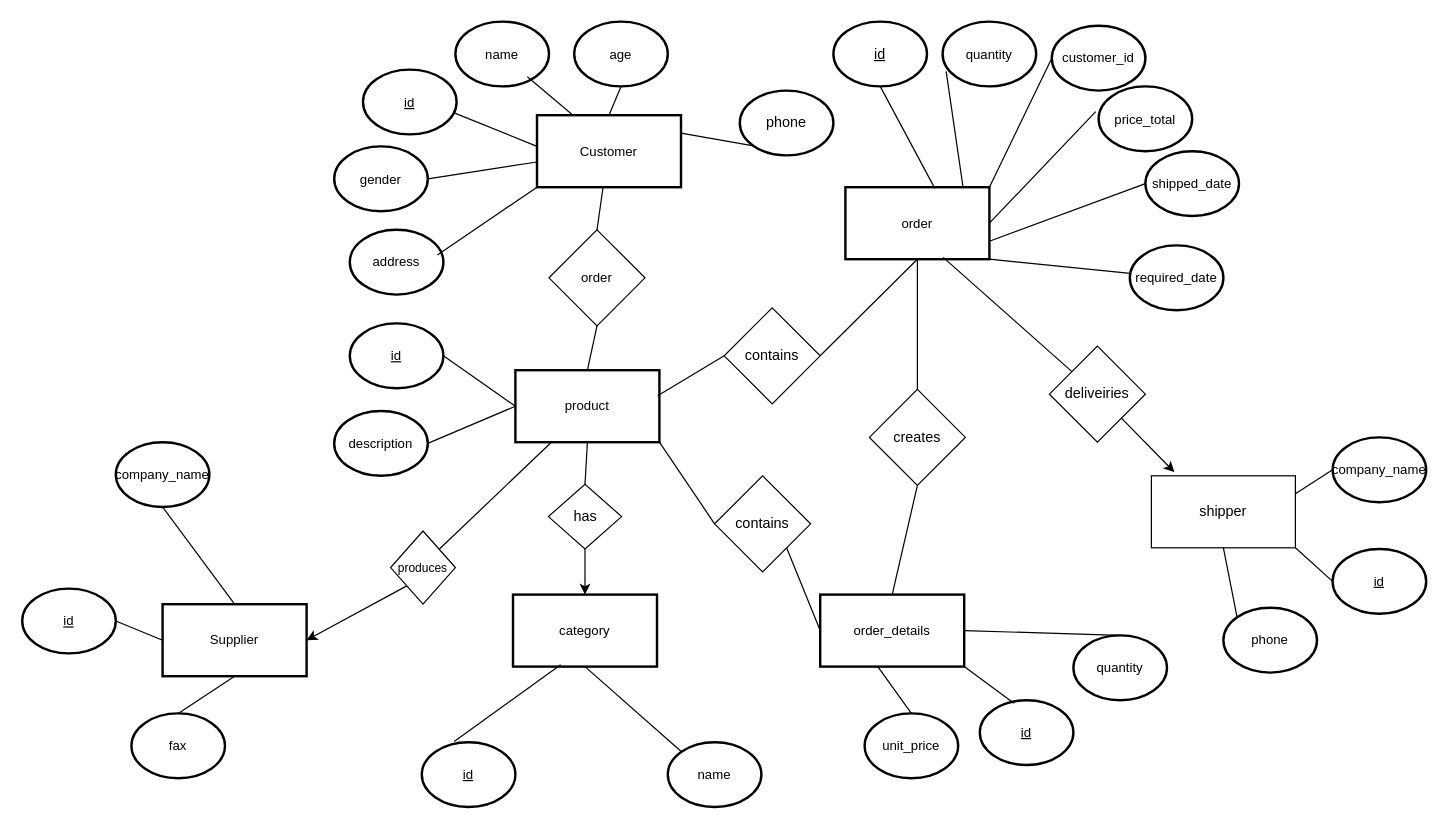
trung04/codeC keeps this draw.io diagram as Biểu đồ không có tiêu đề.drawio. Above is the earlier version. Source tidied: cells renumbered, new cells numbered last; positions are measured from the earlier drawing's top-left corner, leaving out a move shared by most shapes. Both pictures are drawn from the tidied source at 120%, with x=0, y=0 at pixel (22, 22).
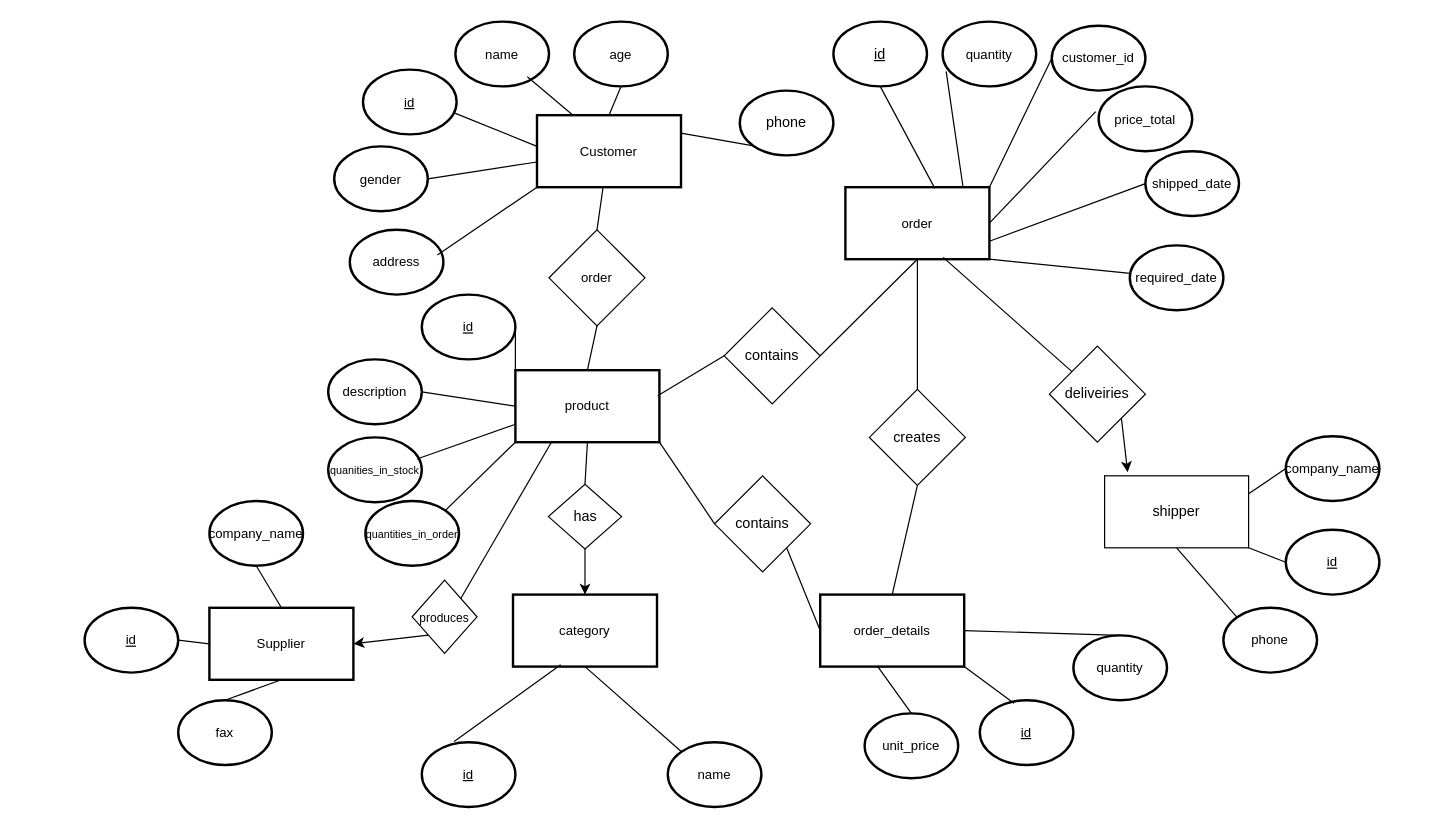
After the change.

Commit message:
Cập nhật Biểu đồ không có tiêu đề.drawio

The change refers to these unchanged cells:
```xml
<mxCell id="15" value="product" style="rounded=0;whiteSpace=wrap;html=1;strokeWidth=2;fontSize=11;" parent="1" vertex="1">
  <mxGeometry x="411" y="290" width="120" height="60" as="geometry" />
</mxCell>
```

Change to the diagram source:
```diff
@@
     <mxCell id="16" value="&lt;u&gt;id&lt;/u&gt;" style="ellipse;whiteSpace=wrap;html=1;strokeWidth=2;perimeterSpacing=0;fontSize=11;" parent="1" vertex="1">
-      <mxGeometry x="273" y="251" width="78" height="54" as="geometry" />
+      <mxGeometry x="333" y="227" width="78" height="54" as="geometry" />
     </mxCell>
     <mxCell id="17" value="description" style="ellipse;whiteSpace=wrap;html=1;strokeWidth=2;perimeterSpacing=0;fontSize=11;" parent="1" vertex="1">
-      <mxGeometry x="260" y="324" width="78" height="54" as="geometry" />
+      <mxGeometry x="255" y="281" width="78" height="54" as="geometry" />
     </mxCell>
@@
     <mxCell id="39" value="Supplier" style="rounded=0;whiteSpace=wrap;html=1;strokeWidth=2;fontSize=11;" parent="1" vertex="1">
-      <mxGeometry x="117" y="485" width="120" height="60" as="geometry" />
+      <mxGeometry x="156" y="488" width="120" height="60" as="geometry" />
     </mxCell>
     <mxCell id="40" value="company_name" style="ellipse;whiteSpace=wrap;html=1;strokeWidth=2;perimeterSpacing=0;fontSize=11;" parent="1" vertex="1">
-      <mxGeometry x="78" y="350" width="78" height="54" as="geometry" />
+      <mxGeometry x="156" y="399" width="78" height="54" as="geometry" />
     </mxCell>
     <mxCell id="41" value="fax" style="ellipse;whiteSpace=wrap;html=1;strokeWidth=2;perimeterSpacing=0;fontSize=11;" parent="1" vertex="1">
-      <mxGeometry x="91" y="576" width="78" height="54" as="geometry" />
+      <mxGeometry x="130" y="565" width="78" height="54" as="geometry" />
     </mxCell>
@@
     <mxCell id="44" value="&lt;font style=&quot;font-size: 10px;&quot;&gt;produces&lt;/font&gt;" style="rhombus;whiteSpace=wrap;html=1;" parent="1" vertex="1">
-      <mxGeometry x="307" y="424" width="54" height="61" as="geometry" />
+      <mxGeometry x="325" y="465" width="54" height="61" as="geometry" />
     </mxCell>
@@
     <mxCell id="68" value="shipper" style="rounded=0;whiteSpace=wrap;html=1;" parent="1" vertex="1">
-      <mxGeometry x="941" y="378" width="120" height="60" as="geometry" />
+      <mxGeometry x="902" y="378" width="120" height="60" as="geometry" />
     </mxCell>
@@
     <mxCell id="70" value="company_name" style="ellipse;whiteSpace=wrap;html=1;strokeWidth=2;perimeterSpacing=0;fontSize=11;" parent="1" vertex="1">
-      <mxGeometry x="1092" y="346" width="78" height="54" as="geometry" />
+      <mxGeometry x="1053" y="345" width="78" height="54" as="geometry" />
     </mxCell>
@@
     <mxCell id="75" value="&lt;u&gt;id&lt;/u&gt;" style="ellipse;whiteSpace=wrap;html=1;strokeWidth=2;perimeterSpacing=0;fontSize=11;" parent="1" vertex="1">
-      <mxGeometry x="1092" y="439" width="78" height="54" as="geometry" />
+      <mxGeometry x="1053" y="423" width="78" height="54" as="geometry" />
     </mxCell>
@@
     <mxCell id="78" value="&lt;u&gt;id&lt;/u&gt;" style="ellipse;whiteSpace=wrap;html=1;strokeWidth=2;perimeterSpacing=0;fontSize=11;" parent="1" vertex="1">
-      <mxGeometry y="472" width="78" height="54" as="geometry" />
+      <mxGeometry x="52" y="488" width="78" height="54" as="geometry" />
     </mxCell>
@@
+    <mxCell id="80" value="&lt;font style=&quot;font-size: 9px;&quot;&gt;quanities_in_stock&lt;/font&gt;" style="ellipse;whiteSpace=wrap;html=1;strokeWidth=2;perimeterSpacing=0;fontSize=11;" parent="1" vertex="1">
+      <mxGeometry x="255" y="346" width="78" height="54" as="geometry" />
+    </mxCell>
+    <mxCell id="81" value="&lt;font style=&quot;font-size: 9px;&quot;&gt;quantities_in_order&lt;/font&gt;" style="ellipse;whiteSpace=wrap;html=1;strokeWidth=2;perimeterSpacing=0;fontSize=11;" parent="1" vertex="1">
+      <mxGeometry x="286" y="399" width="78" height="54" as="geometry" />
+    </mxCell>
+    <mxCell id="82" style="endArrow=none;html=1;rounded=0;exitX=0;exitY=0.75;exitDx=0;exitDy=0;entryX=0.949;entryY=0.333;entryDx=0;entryDy=0;fontSize=11;entryPerimeter=0;" parent="1" edge="1" source="15" target="80">
+      <mxGeometry relative="1" as="geometry" />
+    </mxCell>
+    <mxCell id="83" style="endArrow=none;html=1;rounded=0;exitX=0;exitY=1;exitDx=0;exitDy=0;entryX=1;entryY=0;entryDx=0;entryDy=0;fontSize=11;" parent="1" edge="1" source="15" target="81">
+      <mxGeometry relative="1" as="geometry" />
+    </mxCell>
```
